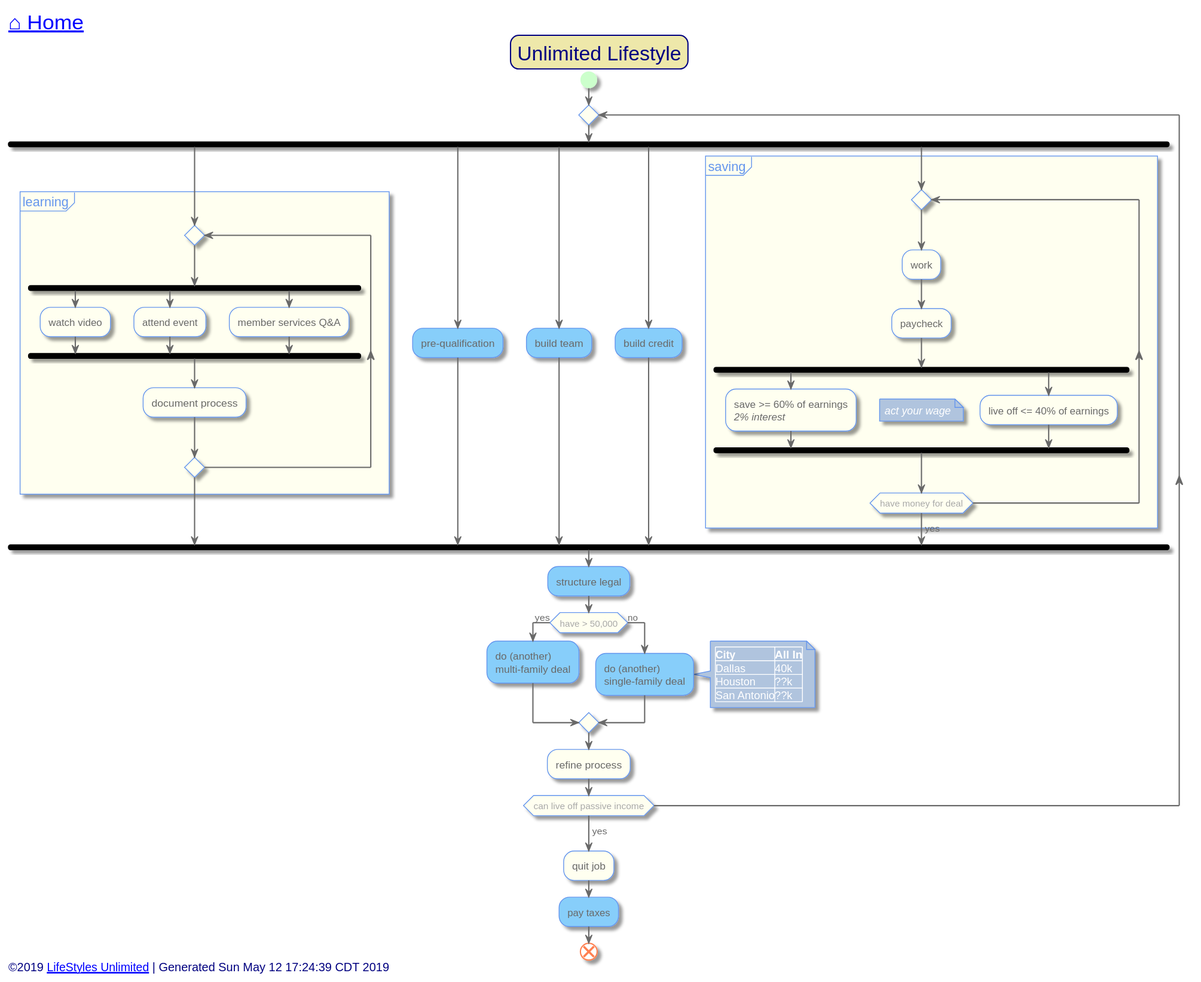
toddmo/lifestylesunlimited keeps this PlantUML diagram as out/src/unlimited-lifestyle/index.svg. Above is the earlier version.
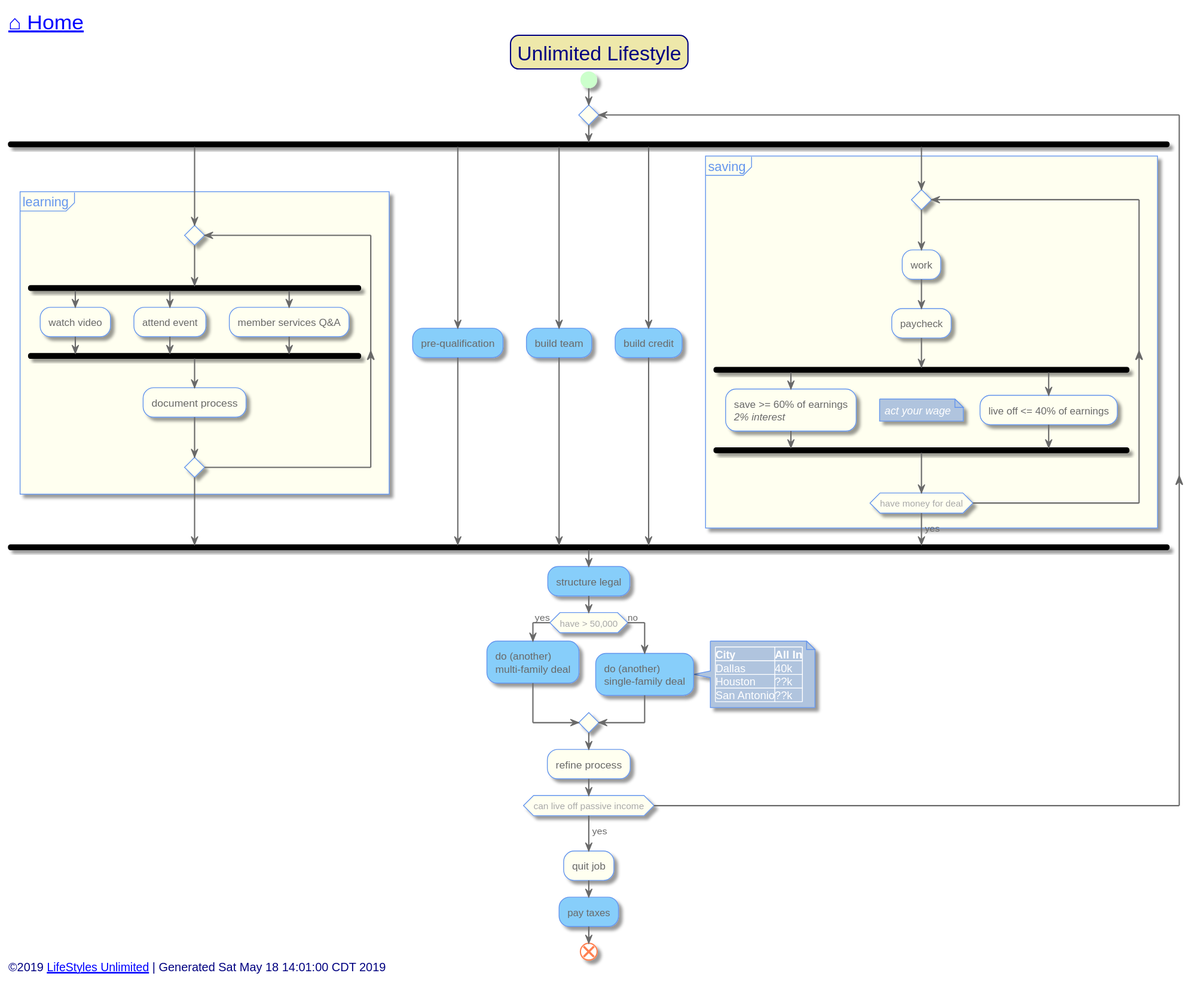
After the commit.

What changed in the source:
```diff
@@ -145,7 +145,7 @@
 
 
 left footer
-	<font size=14>©2019 [[http://www.lifestylesunlimited.com LifeStyles Unlimited]] | Generated Sun May 12 17:24:39 CDT 2019</font>
+	<font size=14>©2019 [[http://www.lifestylesunlimited.com LifeStyles Unlimited]] | Generated Sat May 18 14:01:00 CDT 2019</font>
 endfooter
 
 
```
